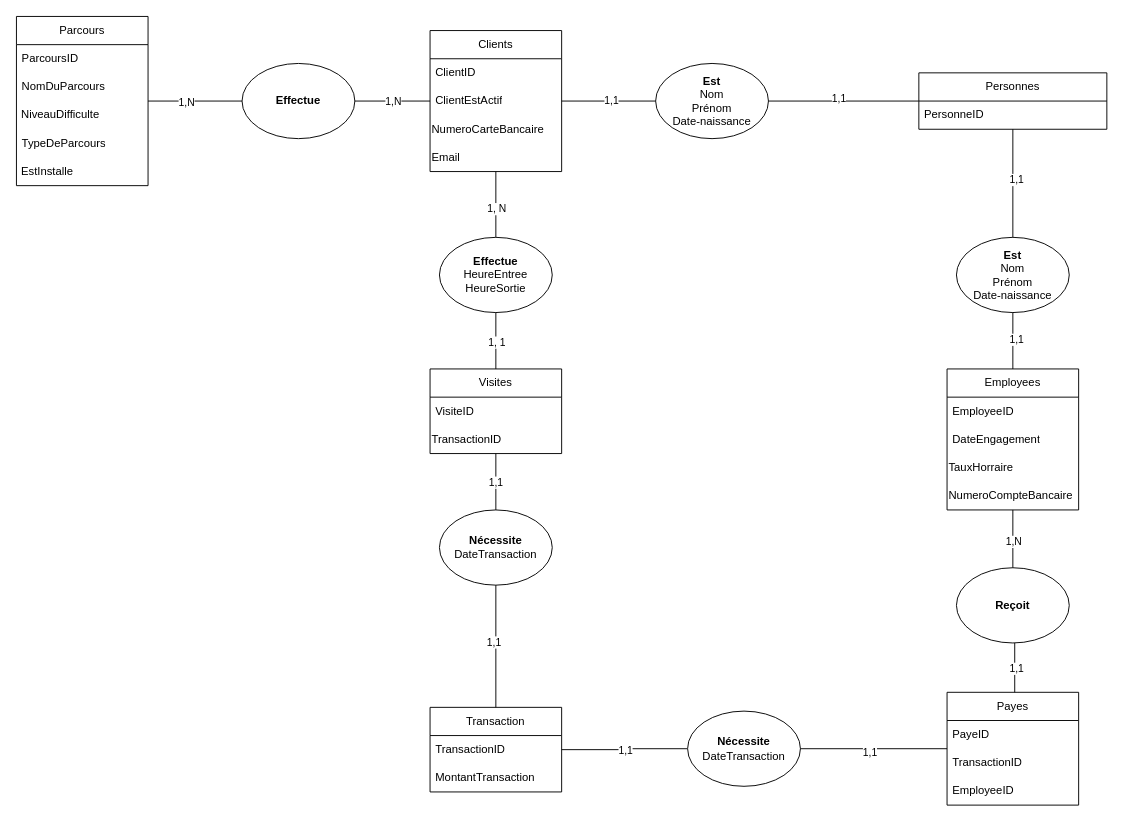
The draw.io diagram schéma_entité_relation.drawio in 420-3G2-A24-Bases-de-donnees/ProjetSession-Bloc-9.81-Escalade, before the edit. Source tidied: cells renumbered, new cells numbered last; positions are measured from the earlier drawing's top-left corner, leaving out a move shared by most shapes. Both pictures are drawn from the tidied source at 94%, with x=0, y=0 at pixel (16, 16).
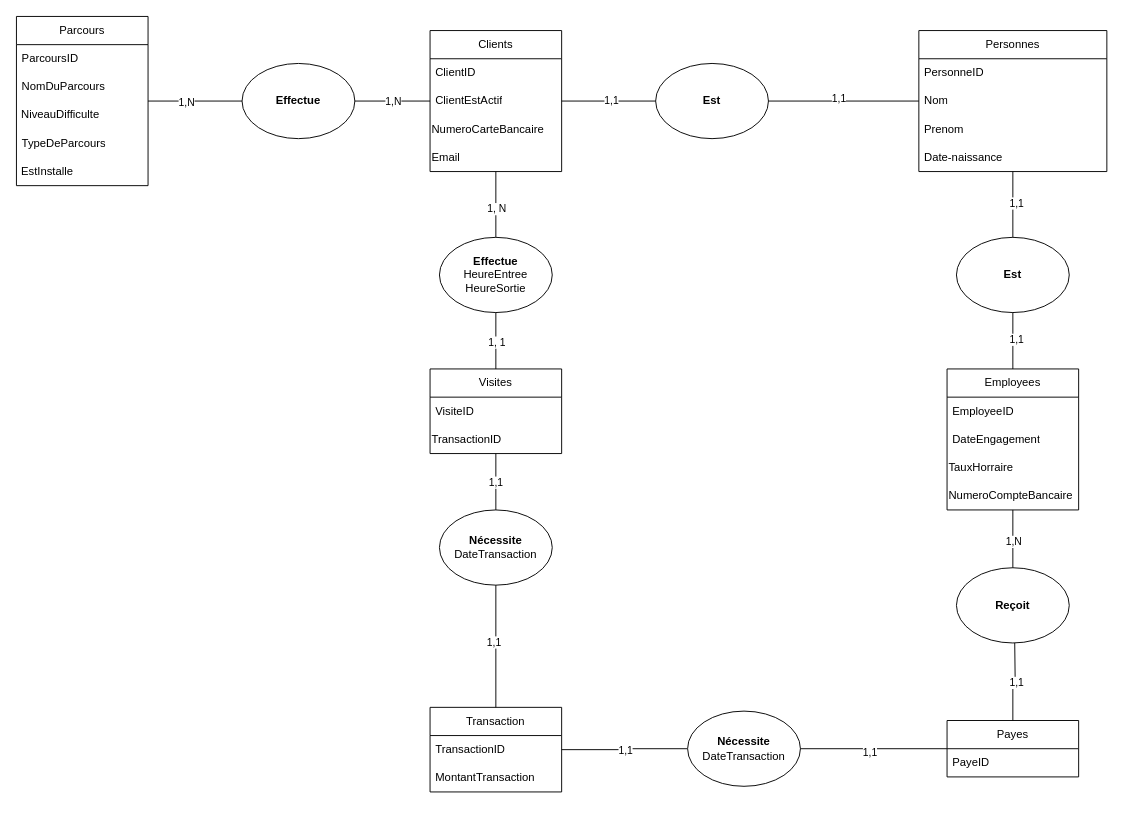
The same page after the edit.

Commit message:
Correction du schéma entité relation

Diff of the diagram source:
```diff
@@
     <mxCell id="9" value="Personnes" style="swimlane;fontStyle=0;horizontal=1;startSize=30;whiteSpace=wrap;html=1;" parent="1" vertex="1">
-      <mxGeometry x="960" y="60" width="200" height="60" as="geometry" />
+      <mxGeometry x="960" y="15" width="200" height="150" as="geometry" />
     </mxCell>
@@
+    <mxCell id="65" value="Nom" style="text;strokeColor=none;fillColor=none;align=left;verticalAlign=middle;spacingLeft=4;spacingRight=4;overflow=hidden;whiteSpace=wrap;html=1;" parent="9" vertex="1">
+      <mxGeometry y="60" width="200" height="30" as="geometry" />
+    </mxCell>
+    <mxCell id="66" value="Prenom" style="text;strokeColor=none;fillColor=none;align=left;verticalAlign=middle;spacingLeft=4;spacingRight=4;overflow=hidden;whiteSpace=wrap;html=1;" parent="9" vertex="1">
+      <mxGeometry y="90" width="200" height="30" as="geometry" />
+    </mxCell>
+    <mxCell id="67" value="Date-naissance" style="text;strokeColor=none;fillColor=none;align=left;verticalAlign=middle;spacingLeft=4;spacingRight=4;overflow=hidden;whiteSpace=wrap;html=1;" parent="9" vertex="1">
+      <mxGeometry y="120" width="200" height="30" as="geometry" />
+    </mxCell>
-    <mxCell id="11" value="&lt;div&gt;&lt;b&gt;Est&lt;/b&gt;&lt;/div&gt;&lt;div&gt;Nom&lt;/div&gt;&lt;div&gt;Prénom&lt;/div&gt;&lt;div&gt;&lt;span style=&quot;text-align: left;&quot;&gt;Date-naissance&lt;/span&gt;&lt;/div&gt;" style="ellipse;whiteSpace=wrap;html=1;" parent="1" vertex="1">
+    <mxCell id="11" value="&lt;div&gt;&lt;b&gt;Est&lt;/b&gt;&lt;/div&gt;" style="ellipse;whiteSpace=wrap;html=1;" parent="1" vertex="1">
       <mxGeometry x="680" y="50" width="120" height="80" as="geometry" />
     </mxCell>
@@
-    <mxCell id="21" value="&lt;div&gt;&lt;b&gt;Est&lt;/b&gt;&lt;/div&gt;&lt;div&gt;Nom&lt;/div&gt;&lt;div&gt;Prénom&lt;/div&gt;&lt;div&gt;&lt;span style=&quot;text-align: left;&quot;&gt;Date-naissance&lt;/span&gt;&lt;/div&gt;" style="ellipse;whiteSpace=wrap;html=1;" parent="1" vertex="1">
+    <mxCell id="21" value="&lt;div&gt;&lt;b&gt;Est&lt;/b&gt;&lt;/div&gt;" style="ellipse;whiteSpace=wrap;html=1;" parent="1" vertex="1">
       <mxGeometry x="1000" y="235" width="120" height="80" as="geometry" />
     </mxCell>
@@
     <mxCell id="51" value="Payes" style="swimlane;fontStyle=0;horizontal=1;startSize=30;whiteSpace=wrap;html=1;" parent="1" vertex="1">
-      <mxGeometry x="990" y="719" width="140" height="120" as="geometry" />
+      <mxGeometry x="990" y="749" width="140" height="60" as="geometry" />
     </mxCell>
@@
-    <mxCell id="53" value="TransactionID" style="text;strokeColor=none;fillColor=none;align=left;verticalAlign=middle;spacingLeft=4;spacingRight=4;overflow=hidden;whiteSpace=wrap;html=1;" parent="51" vertex="1">
-      <mxGeometry y="60" width="140" height="30" as="geometry" />
-    </mxCell>
-    <mxCell id="54" value="EmployeeID" style="text;strokeColor=none;fillColor=none;align=left;verticalAlign=middle;spacingLeft=4;spacingRight=4;overflow=hidden;whiteSpace=wrap;html=1;" parent="51" vertex="1">
-      <mxGeometry y="90" width="140" height="30" as="geometry" />
-    </mxCell>
@@
-    <mxCell id="60" style="edgeStyle=orthogonalEdgeStyle;rounded=0;orthogonalLoop=1;jettySize=auto;html=1;endArrow=none;endFill=0;" parent="1" edge="1">
+    <mxCell id="60" style="edgeStyle=orthogonalEdgeStyle;rounded=0;jettySize=auto;html=1;endArrow=none;endFill=0;" parent="1" edge="1" source="51">
       <mxGeometry relative="1" as="geometry">
-        <mxPoint x="1062" y="719" as="sourcePoint" />
         <mxPoint x="1062" y="666.5" as="targetPoint" />
       </mxGeometry>
     </mxCell>
```
